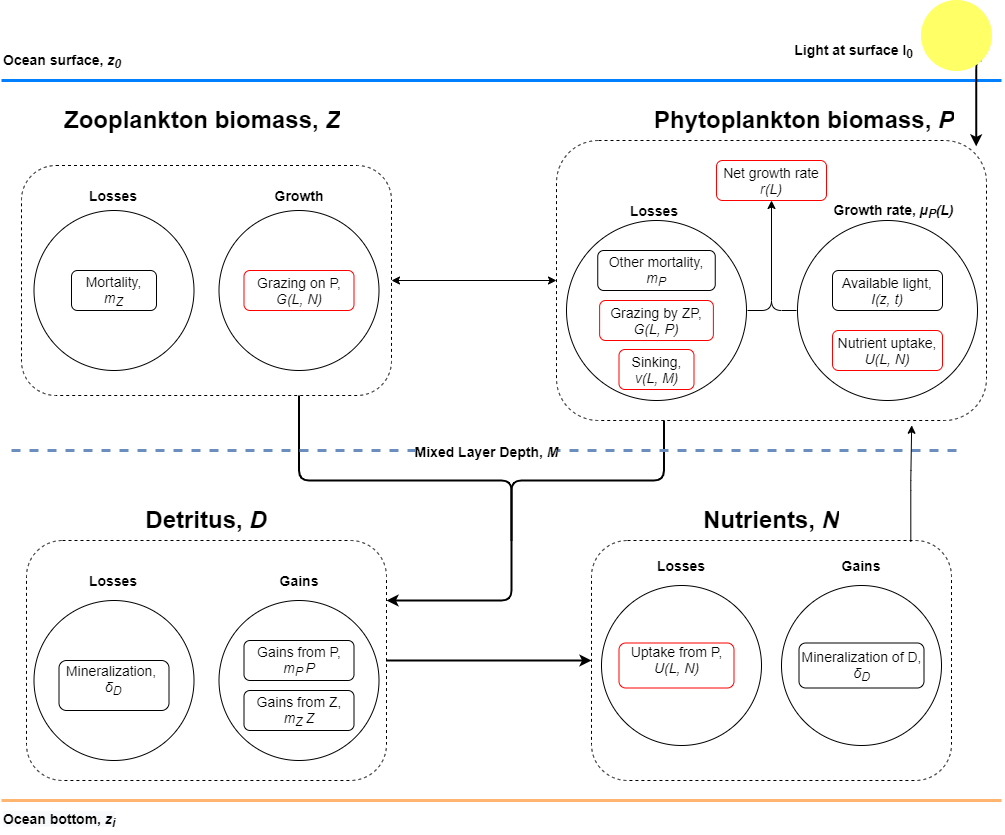
MickiJensen/Final-report keeps this draw.io diagram as Figures/ModelIllustration.png. Above is the earlier version. Source tidied: cells renumbered, new cells last; positions are measured from the earlier drawing's top-left corner, leaving out a move shared by most shapes.
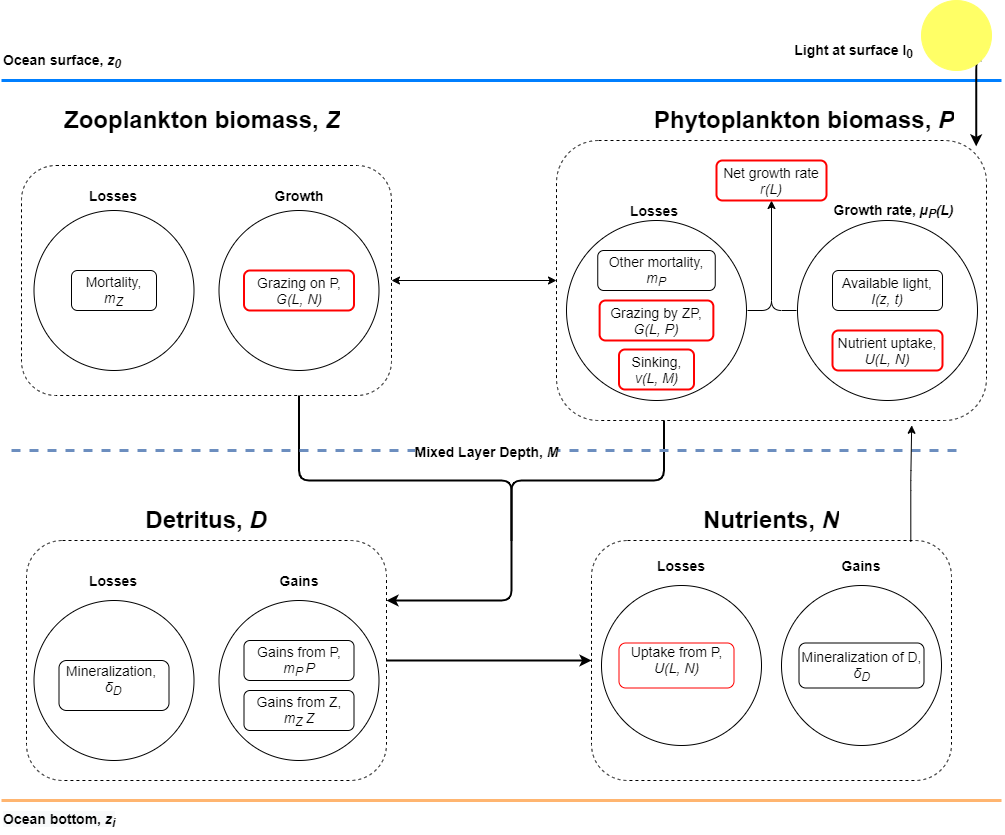
Above is the later version.

Change to the diagram source:
```diff
@@ -62,16 +62,16 @@
     <mxCell id="14" value="&lt;b style=&quot;font-size: 14px&quot;&gt;Light at surface I&lt;sub&gt;0&lt;/sub&gt;&lt;/b&gt;" style="text;html=1;strokeColor=none;fillColor=none;align=center;verticalAlign=middle;whiteSpace=wrap;rounded=0;" parent="1" vertex="1">
       <mxGeometry x="790" y="40" width="125" height="20" as="geometry" />
     </mxCell>
-    <mxCell id="15" value="&lt;font style=&quot;font-size: 14px&quot;&gt;Nutrient uptake, &lt;i&gt;U(L, N)&lt;/i&gt;&lt;/font&gt;" style="rounded=1;whiteSpace=wrap;html=1;strokeWidth=1;fillColor=none;strokeColor=#FF0000;" parent="1" vertex="1">
+    <mxCell id="15" value="&lt;font style=&quot;font-size: 14px&quot;&gt;Nutrient uptake, &lt;i&gt;U(L, N)&lt;/i&gt;&lt;/font&gt;" style="rounded=1;whiteSpace=wrap;html=1;strokeWidth=2;fillColor=none;strokeColor=#FF0000;" parent="1" vertex="1">
       <mxGeometry x="831" y="330" width="110" height="40" as="geometry" />
     </mxCell>
     <mxCell id="16" value="&lt;font style=&quot;font-size: 14px&quot;&gt;Available light,&lt;br&gt;&lt;i&gt;I(z, t)&lt;/i&gt;&lt;/font&gt;" style="rounded=1;whiteSpace=wrap;html=1;strokeWidth=1;fillColor=none;" parent="1" vertex="1">
       <mxGeometry x="831" y="270" width="110" height="40" as="geometry" />
     </mxCell>
-    <mxCell id="17" value="&lt;font style=&quot;font-size: 14px&quot;&gt;Net growth rate&lt;br&gt;&lt;/font&gt;&lt;i style=&quot;font-size: 14px&quot;&gt;&lt;font style=&quot;font-size: 14px&quot;&gt;r(L)&lt;/font&gt;&lt;br&gt;&lt;/i&gt;" style="rounded=1;whiteSpace=wrap;html=1;strokeWidth=1;fillColor=none;strokeColor=#FF0000;" parent="1" vertex="1">
+    <mxCell id="17" value="&lt;font style=&quot;font-size: 14px&quot;&gt;Net growth rate&lt;br&gt;&lt;/font&gt;&lt;i style=&quot;font-size: 14px&quot;&gt;&lt;font style=&quot;font-size: 14px&quot;&gt;r(L)&lt;/font&gt;&lt;br&gt;&lt;/i&gt;" style="rounded=1;whiteSpace=wrap;html=1;strokeWidth=2;fillColor=none;strokeColor=#FF0000;" parent="1" vertex="1">
       <mxGeometry x="715" y="160" width="110" height="40" as="geometry" />
     </mxCell>
-    <mxCell id="18" value="&lt;font style=&quot;font-size: 14px&quot;&gt;Grazing by ZP,&lt;br&gt;&lt;i&gt;G(L, P)&lt;/i&gt;&lt;/font&gt;" style="rounded=1;whiteSpace=wrap;html=1;strokeWidth=1;fillColor=none;strokeColor=#FF0000;" parent="1" vertex="1">
+    <mxCell id="18" value="&lt;font style=&quot;font-size: 14px&quot;&gt;Grazing by ZP,&lt;br&gt;&lt;i&gt;G(L, P)&lt;/i&gt;&lt;/font&gt;" style="rounded=1;whiteSpace=wrap;html=1;strokeWidth=2;fillColor=none;strokeColor=#FF0000;" parent="1" vertex="1">
       <mxGeometry x="598.1" y="300" width="113.8" height="40" as="geometry" />
     </mxCell>
     <mxCell id="19" value="&lt;font style=&quot;font-size: 14px&quot;&gt;Other mortality,&lt;br&gt;&lt;i&gt;m&lt;sub&gt;P&lt;/sub&gt;&lt;/i&gt;&lt;/font&gt;" style="rounded=1;whiteSpace=wrap;html=1;strokeWidth=1;fillColor=none;" parent="1" vertex="1">
@@ -101,13 +101,13 @@
     <mxCell id="25" style="ellipse;whiteSpace=wrap;html=1;fillColor=none;strokeWidth=1;perimeterSpacing=1;" parent="1" vertex="1">
       <mxGeometry x="217.5" y="210" width="160" height="160" as="geometry" />
     </mxCell>
-    <mxCell id="26" value="&lt;font style=&quot;font-size: 14px&quot;&gt;Grazing on P,&lt;br&gt;&lt;i&gt;G(L, N)&lt;/i&gt;&lt;/font&gt;" style="rounded=1;whiteSpace=wrap;html=1;strokeWidth=1;fillColor=none;strokeColor=#FF0000;" parent="1" vertex="1">
+    <mxCell id="26" value="&lt;font style=&quot;font-size: 14px&quot;&gt;Grazing on P,&lt;br&gt;&lt;i&gt;G(L, N)&lt;/i&gt;&lt;/font&gt;" style="rounded=1;whiteSpace=wrap;html=1;strokeWidth=2;fillColor=none;strokeColor=#FF0000;" parent="1" vertex="1">
       <mxGeometry x="242.5" y="270" width="110" height="40" as="geometry" />
     </mxCell>
     <mxCell id="27" value="&lt;font style=&quot;font-size: 14px&quot;&gt;&lt;b&gt;Growth&lt;/b&gt;&lt;/font&gt;" style="text;html=1;strokeColor=none;fillColor=none;align=center;verticalAlign=middle;whiteSpace=wrap;rounded=0;" parent="1" vertex="1">
       <mxGeometry x="242.5" y="182.5" width="110" height="25" as="geometry" />
     </mxCell>
-    <mxCell id="28" value="&lt;font style=&quot;font-size: 14px&quot;&gt;Sinking,&lt;br&gt;&lt;i&gt;v(L, M)&lt;/i&gt;&lt;/font&gt;" style="rounded=1;whiteSpace=wrap;html=1;strokeWidth=1;fillColor=none;strokeColor=#FF0000;" parent="1" vertex="1">
+    <mxCell id="28" value="&lt;font style=&quot;font-size: 14px&quot;&gt;Sinking,&lt;br&gt;&lt;i&gt;v(L, M)&lt;/i&gt;&lt;/font&gt;" style="rounded=1;whiteSpace=wrap;html=1;strokeWidth=2;fillColor=none;strokeColor=#FF0000;" parent="1" vertex="1">
       <mxGeometry x="617.5" y="349" width="75" height="40" as="geometry" />
     </mxCell>
     <mxCell id="29" style="ellipse;whiteSpace=wrap;html=1;fillColor=none;strokeWidth=1;perimeterSpacing=1;" parent="1" vertex="1">
```
